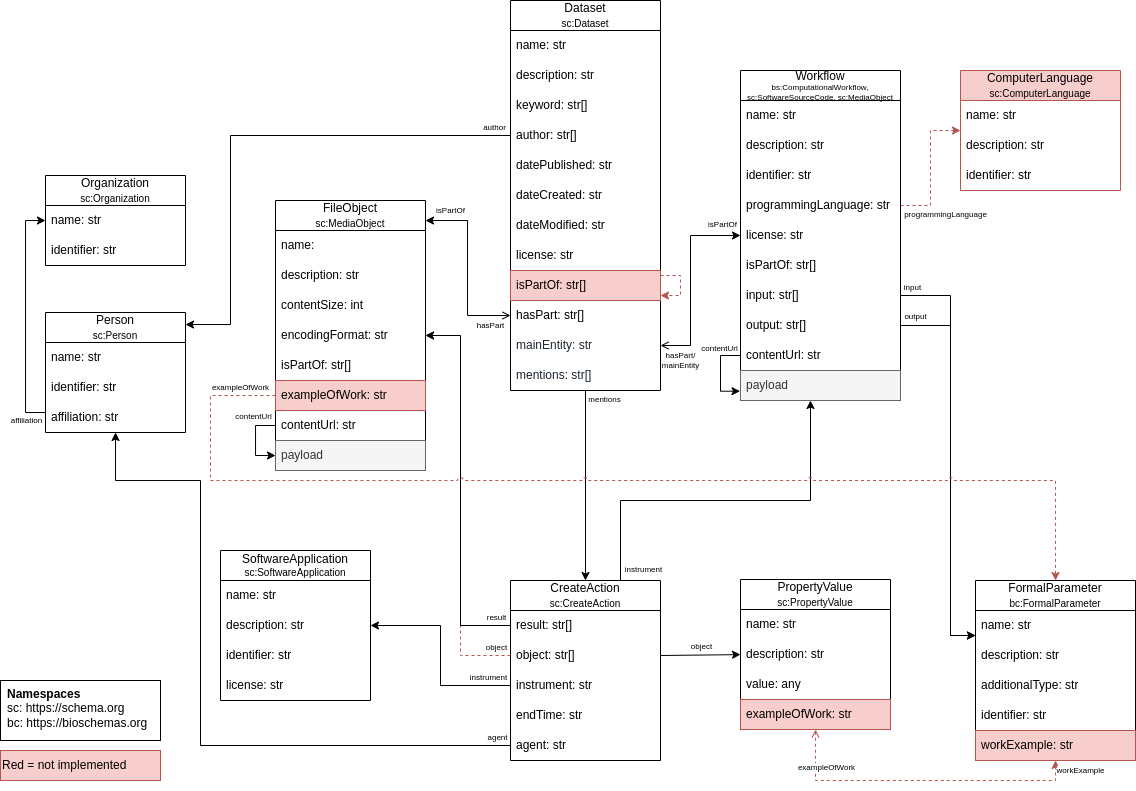
Before: assets/data_schema.drawio.png, a diagram exported from draw.io (Senckenberg-DCBiodivIT/FAIR-workflow-platform-cordra-schema). Source tidied: cells renumbered, new cells last; positions are measured from the earlier drawing's top-left corner, leaving out a move shared by most shapes.
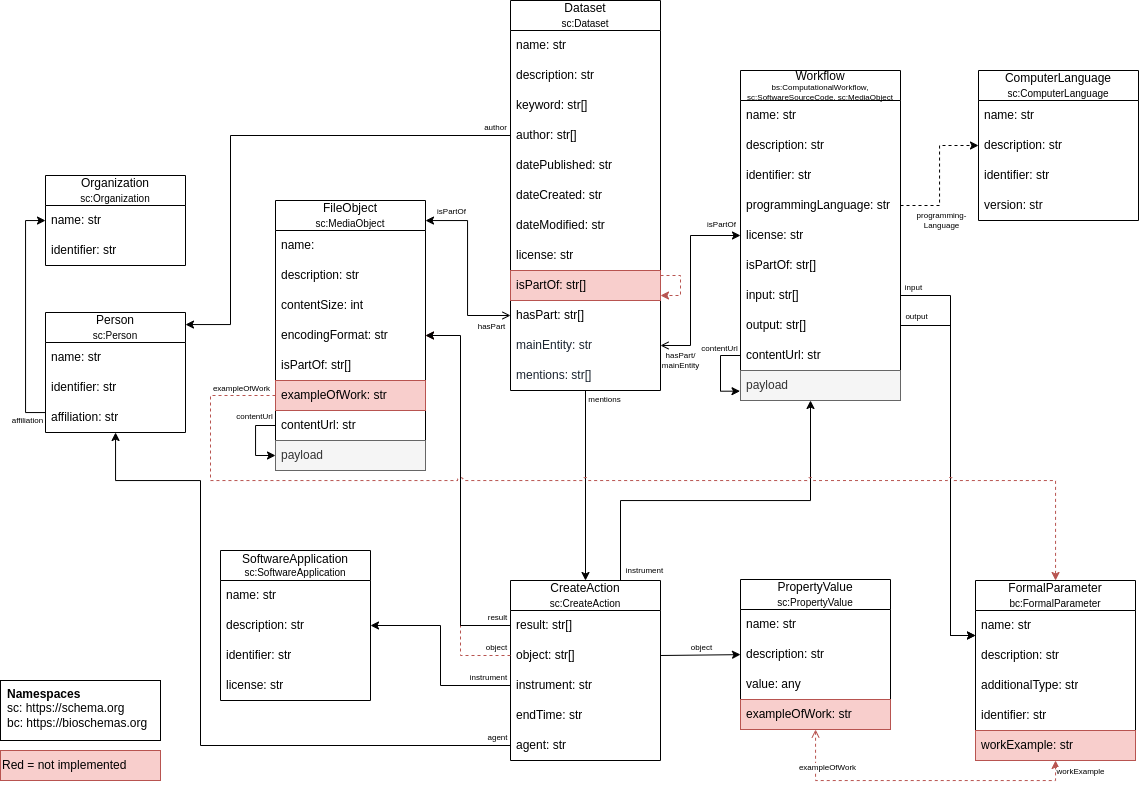
Above is the later version.

The edit, as a diff of the source:
```diff
@@ -68,8 +68,8 @@
     <mxCell id="23" value="license: str" style="text;align=left;verticalAlign=middle;spacingLeft=4;spacingRight=4;overflow=hidden;whiteSpace=wrap;html=1;" parent="19" vertex="1">
       <mxGeometry y="120" width="150" height="30" as="geometry" />
     </mxCell>
-    <mxCell id="24" value="ComputerLanguage&lt;div&gt;&lt;font style=&quot;font-size: 10px;&quot;&gt;sc:ComputerLanguage&lt;/font&gt;&lt;/div&gt;" style="swimlane;fontStyle=0;horizontal=1;startSize=30;whiteSpace=wrap;html=1;fillColor=#f8cecc;strokeColor=#b85450;" parent="1" vertex="1">
-      <mxGeometry x="960" y="70" width="160" height="120" as="geometry" />
+    <mxCell id="24" value="ComputerLanguage&lt;div&gt;&lt;font style=&quot;font-size: 10px;&quot;&gt;sc:ComputerLanguage&lt;/font&gt;&lt;/div&gt;" style="swimlane;fontStyle=0;horizontal=1;startSize=30;whiteSpace=wrap;html=1;" parent="1" vertex="1">
+      <mxGeometry x="978" y="70" width="160" height="150" as="geometry" />
     </mxCell>
     <mxCell id="25" value="name: str" style="text;align=left;verticalAlign=middle;spacingLeft=4;spacingRight=4;overflow=hidden;whiteSpace=wrap;html=1;" parent="24" vertex="1">
       <mxGeometry y="30" width="160" height="30" as="geometry" />
@@ -80,6 +80,9 @@
     <mxCell id="27" value="identifier: str" style="text;align=left;verticalAlign=middle;spacingLeft=4;spacingRight=4;overflow=hidden;whiteSpace=wrap;html=1;" parent="24" vertex="1">
       <mxGeometry y="90" width="160" height="30" as="geometry" />
     </mxCell>
+    <mxCell id="112" value="version: str" style="text;align=left;verticalAlign=middle;spacingLeft=4;spacingRight=4;overflow=hidden;whiteSpace=wrap;html=1;" parent="24" vertex="1">
+      <mxGeometry y="120" width="160" height="30" as="geometry" />
+    </mxCell>
     <mxCell id="28" value="FormalParameter&lt;div&gt;&lt;font style=&quot;font-size: 10px;&quot;&gt;bc:FormalParameter&lt;/font&gt;&lt;/div&gt;" style="swimlane;fontStyle=0;horizontal=1;startSize=30;whiteSpace=wrap;html=1;" parent="1" vertex="1">
       <mxGeometry x="975" y="580" width="160" height="180" as="geometry" />
     </mxCell>
@@ -203,12 +206,12 @@
         <mxPoint x="-14" y="-11" as="offset" />
       </mxGeometry>
     </mxCell>
-    <mxCell id="57" style="edgeStyle=orthogonalEdgeStyle;rounded=0;jettySize=auto;html=1;fillColor=#f8cecc;strokeColor=#b85450;dashed=1;" parent="1" edge="1" source="67" target="24">
+    <mxCell id="57" style="edgeStyle=orthogonalEdgeStyle;rounded=0;jettySize=auto;html=1;dashed=1;" parent="1" edge="1" source="67" target="24">
       <mxGeometry relative="1" as="geometry" />
     </mxCell>
-    <mxCell id="58" value="programmingLanguage" style="edgeLabel;html=1;align=center;verticalAlign=middle;fontSize=8;" parent="57" vertex="1">
+    <mxCell id="58" value="programming-&lt;br&gt;Language" style="edgeLabel;html=1;align=center;verticalAlign=middle;fontSize=8;" parent="57" vertex="1">
       <mxGeometry x="-0.72" y="1" relative="1" as="geometry">
-        <mxPoint x="26" y="10" as="offset" />
+        <mxPoint x="21" y="16" as="offset" />
       </mxGeometry>
     </mxCell>
     <mxCell id="59" style="edgeStyle=orthogonalEdgeStyle;rounded=0;jettySize=auto;html=1;" parent="1" edge="1" source="40" target="34">
```
